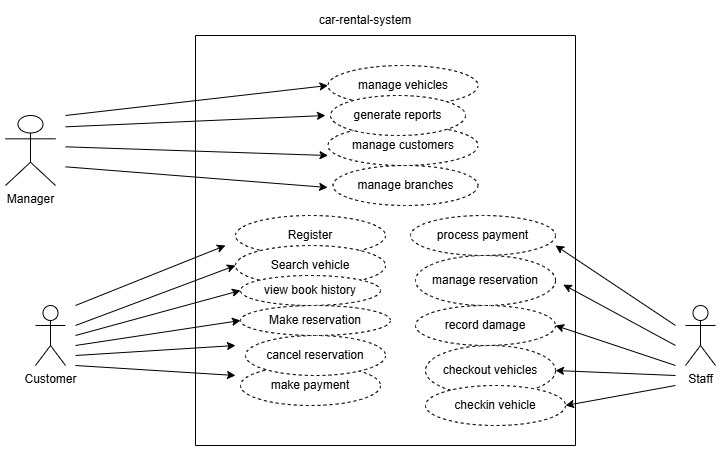
bereketDress/car-rental-system keeps this draw.io diagram as diagrams/UseCaseDiagram.png. Above is the earlier version. Source tidied: cells renumbered, new cells last; positions are measured from the earlier drawing's top-left corner, leaving out a move shared by most shapes.
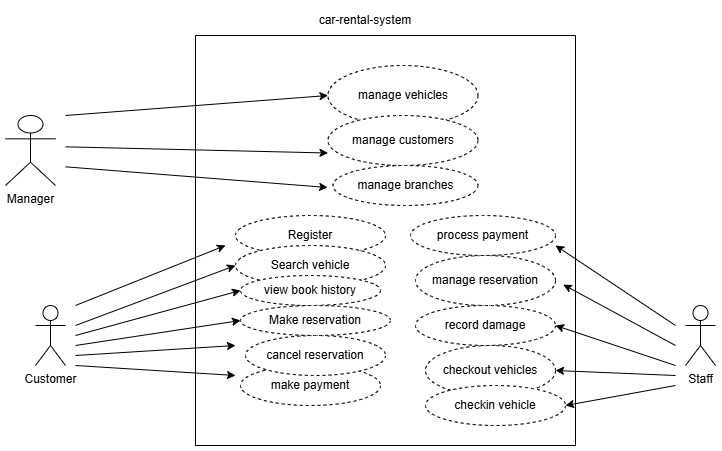
The same file after the commit.

Diff of the diagram source:
```diff
@@ -41,23 +41,14 @@
       <mxGeometry x="230" y="240" width="150" height="40" as="geometry" />
     </mxCell>
     <mxCell id="11" value="manage vehicles" style="ellipse;whiteSpace=wrap;html=1;align=center;dashed=1;" parent="1" vertex="1">
-      <mxGeometry x="322.5" y="60" width="150" height="40" as="geometry" />
+      <mxGeometry x="322.5" y="60" width="150" height="60" as="geometry" />
     </mxCell>
     <mxCell id="12" value="manage customers" style="ellipse;whiteSpace=wrap;html=1;align=center;dashed=1;" parent="1" vertex="1">
-      <mxGeometry x="322.5" y="120" width="150" height="40" as="geometry" />
+      <mxGeometry x="322.5" y="110" width="150" height="50" as="geometry" />
     </mxCell>
     <mxCell id="13" value="manage branches" style="ellipse;whiteSpace=wrap;html=1;align=center;dashed=1;" parent="1" vertex="1">
       <mxGeometry x="327.5" y="160" width="145" height="40" as="geometry" />
     </mxCell>
-    <mxCell id="14" value="generate reports" style="ellipse;whiteSpace=wrap;html=1;align=center;dashed=1;" parent="1" vertex="1">
-      <mxGeometry x="325" y="90" width="135" height="40" as="geometry" />
-    </mxCell>
-    <mxCell id="15" style="endArrow=classic;html=1;rounded=0;" parent="1" edge="1">
-      <mxGeometry relative="1" as="geometry">
-        <mxPoint x="60" y="121.3" as="sourcePoint" />
-        <mxPoint x="320" y="110" as="targetPoint" />
-      </mxGeometry>
-    </mxCell>
     <mxCell id="16" style="endArrow=classic;html=1;rounded=0;entryX=0;entryY=0.75;entryDx=0;entryDy=0;entryPerimeter=0;" parent="1" edge="1" target="12">
       <mxGeometry relative="1" as="geometry">
         <mxPoint x="60" y="141.3" as="sourcePoint" />
```
